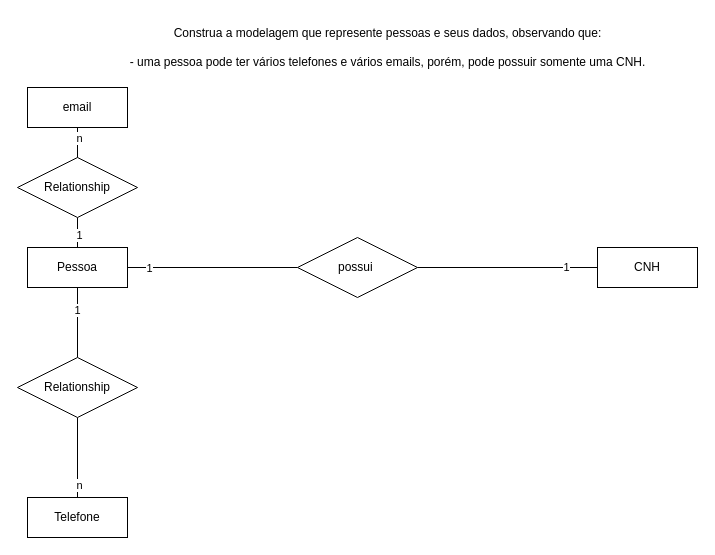
The draw.io diagram page "Página-2" (2 of 6) of SPRINT 1/construção de modelos/1.0/1.4.drawio in MateusPaladino-29/2-semestre, before the edit. Source tidied: cells renumbered, new cells numbered last; positions are measured from the earlier drawing's top-left corner, leaving out a move shared by most shapes. Both pictures are drawn from the tidied source at 100%, with x=0, y=0 at pixel (17, 17).
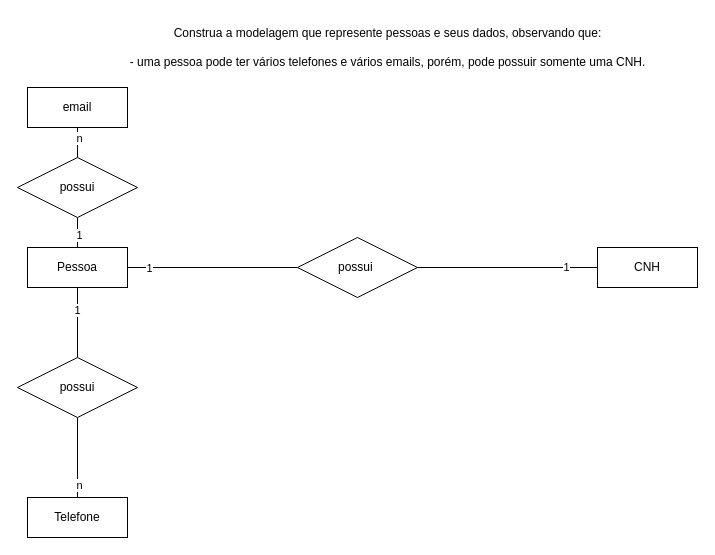
After the change.

What changed in the source:
```diff
@@
-    <mxCell id="14" value="Relationship" style="shape=rhombus;perimeter=rhombusPerimeter;whiteSpace=wrap;html=1;align=center;" parent="1" vertex="1">
+    <mxCell id="14" value="possui" style="shape=rhombus;perimeter=rhombusPerimeter;whiteSpace=wrap;html=1;align=center;" parent="1" vertex="1">
       <mxGeometry y="140" width="120" height="60" as="geometry" />
     </mxCell>
@@
-    <mxCell id="17" value="Relationship" style="shape=rhombus;perimeter=rhombusPerimeter;whiteSpace=wrap;html=1;align=center;" parent="1" vertex="1">
+    <mxCell id="17" value="possui" style="shape=rhombus;perimeter=rhombusPerimeter;whiteSpace=wrap;html=1;align=center;" parent="1" vertex="1">
       <mxGeometry y="340" width="120" height="60" as="geometry" />
     </mxCell>
```
